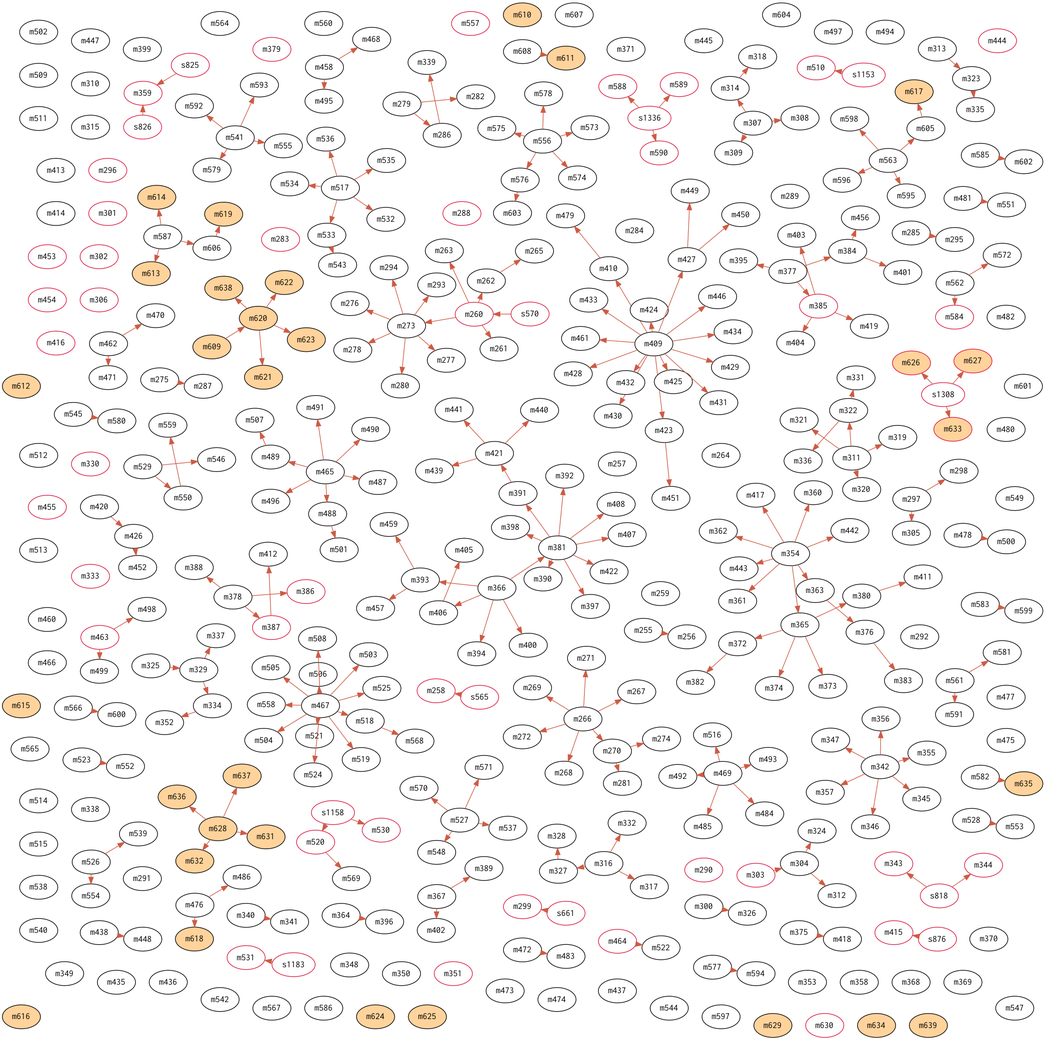
spiegel-im-spiegel/covid-2019-report keeps this Graphviz diagram as report/matsue/infections.png. Above is the earlier version. Its source is kept beside it as report/matsue/infections.dot.
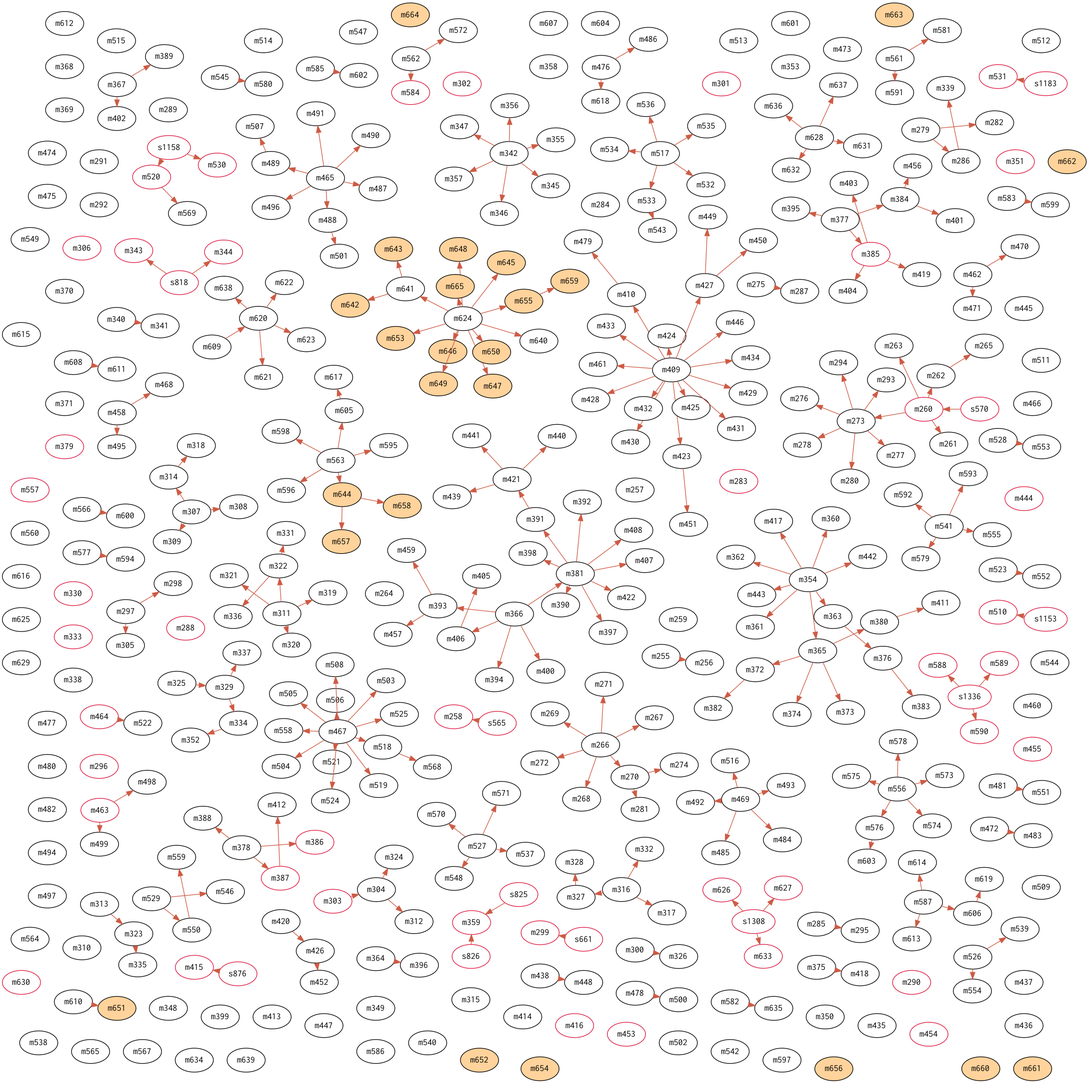
Later version of the same file.

Diff of the diagram source:
```diff
@@ -367,37 +367,63 @@
 	m606;
 	m607;
 	m608;
-	m609[fillcolor=burlywood1];
-	m610[fillcolor=burlywood1];
-	m611[fillcolor=burlywood1];
-	m612[fillcolor=burlywood1];
-	m613[fillcolor=burlywood1];
-	m614[fillcolor=burlywood1];
-	m615[fillcolor=burlywood1];
-	m616[fillcolor=burlywood1];
-	m617[fillcolor=burlywood1];
-	m618[fillcolor=burlywood1];
-	m619[fillcolor=burlywood1];
-	m620[fillcolor=burlywood1];
-	m621[fillcolor=burlywood1];
-	m622[fillcolor=burlywood1];
-	m623[fillcolor=burlywood1];
-	m624[fillcolor=burlywood1];
-	m625[fillcolor=burlywood1];
-	m626[color=crimson,fillcolor=burlywood1];
-	m627[color=crimson,fillcolor=burlywood1];
-	m628[fillcolor=burlywood1];
-	m629[fillcolor=burlywood1];
+	m609;
+	m610;
+	m611;
+	m612;
+	m613;
+	m614;
+	m615;
+	m616;
+	m617;
+	m618;
+	m619;
+	m620;
+	m621;
+	m622;
+	m623;
+	m624;
+	m625;
+	m626[color=crimson];
+	m627[color=crimson];
+	m628;
+	m629;
 	m630[color=crimson];
-	m631[fillcolor=burlywood1];
-	m632[fillcolor=burlywood1];
-	m633[color=crimson,fillcolor=burlywood1];
-	m634[fillcolor=burlywood1];
-	m635[fillcolor=burlywood1];
-	m636[fillcolor=burlywood1];
-	m637[fillcolor=burlywood1];
-	m638[fillcolor=burlywood1];
-	m639[fillcolor=burlywood1];
+	m631;
+	m632;
+	m633[color=crimson];
+	m634;
+	m635;
+	m636;
+	m637;
+	m638;
+	m639;
+	m640;
+	m641;
+	m642[fillcolor=burlywood1];
+	m643[fillcolor=burlywood1];
+	m644[fillcolor=burlywood1];
+	m645[fillcolor=burlywood1];
+	m646[fillcolor=burlywood1];
+	m647[fillcolor=burlywood1];
+	m648[fillcolor=burlywood1];
+	m649[fillcolor=burlywood1];
+	m650[fillcolor=burlywood1];
+	m651[fillcolor=burlywood1];
+	m652[fillcolor=burlywood1];
+	m653[fillcolor=burlywood1];
+	m654[fillcolor=burlywood1];
+	m655[fillcolor=burlywood1];
+	m656[fillcolor=burlywood1];
+	m657[fillcolor=burlywood1];
+	m658[fillcolor=burlywood1];
+	m659[fillcolor=burlywood1];
+	m660[fillcolor=burlywood1];
+	m661[fillcolor=burlywood1];
+	m662[fillcolor=burlywood1];
+	m663[fillcolor=burlywood1];
+	m664[fillcolor=burlywood1];
+	m665[fillcolor=burlywood1];
 	s1153[color=crimson];
 	s1158[color=crimson];
 	s1183[color=crimson];
@@ -653,4 +679,22 @@
 	m628->m636;
 	m628->m637;
 	m620->m638;
+	m624->m640;
+	m624->m641;
+	m641->m642;
+	m641->m643;
+	m563->m644;
+	m624->m645;
+	m624->m646;
+	m624->m647;
+	m624->m648;
+	m624->m649;
+	m624->m650;
+	m610->m651;
+	m624->m653;
+	m624->m655;
+	m644->m657;
+	m644->m658;
+	m655->m659;
+	m624->m665;
 }
```
